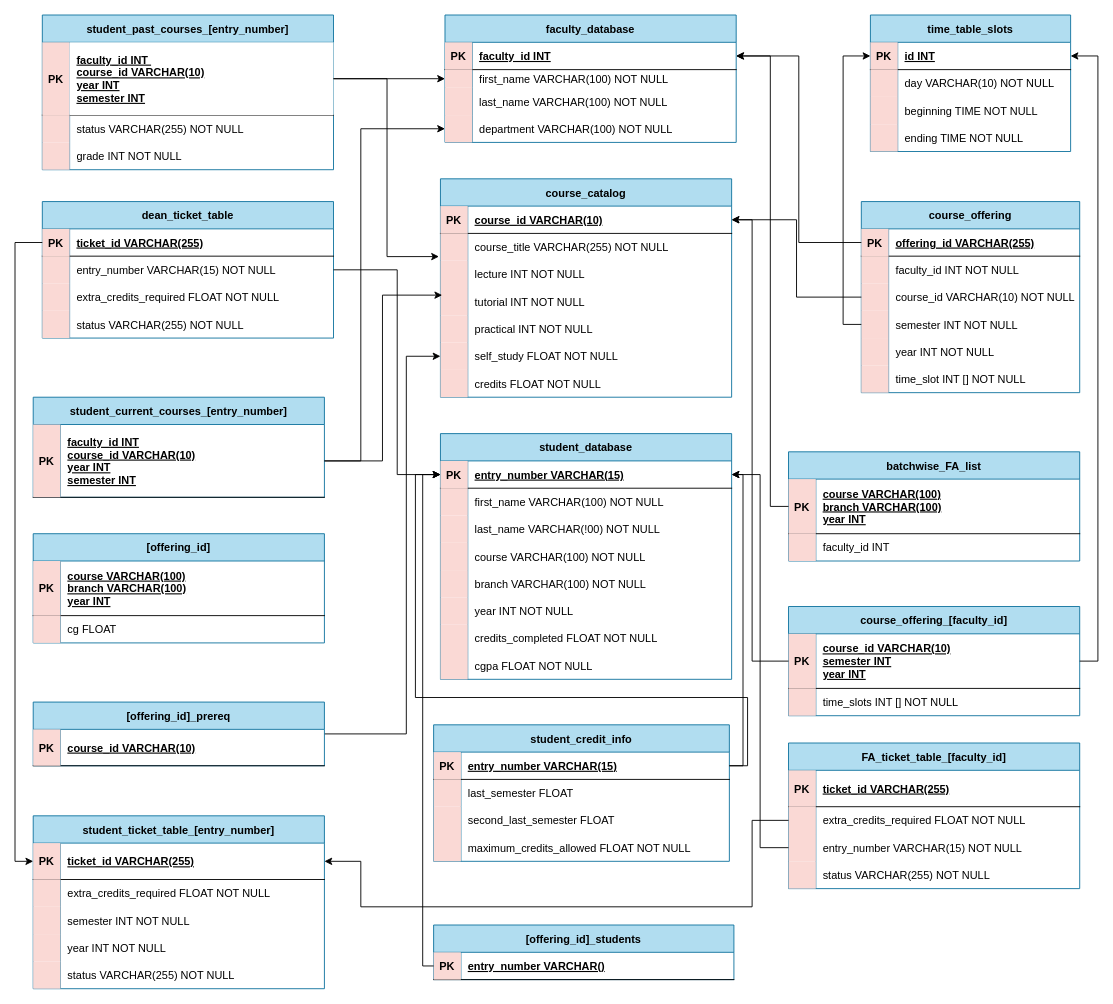
Above: Untitled Diagram.drawio in MohitKumar18/AIMS-Clone (draw.io), before the change. Source tidied: cells renumbered, new cells numbered last; positions are measured from the earlier drawing's top-left corner, leaving out a move shared by most shapes. Both pictures are drawn from the tidied source at 91%, with x=0, y=0 at pixel (33, 15).
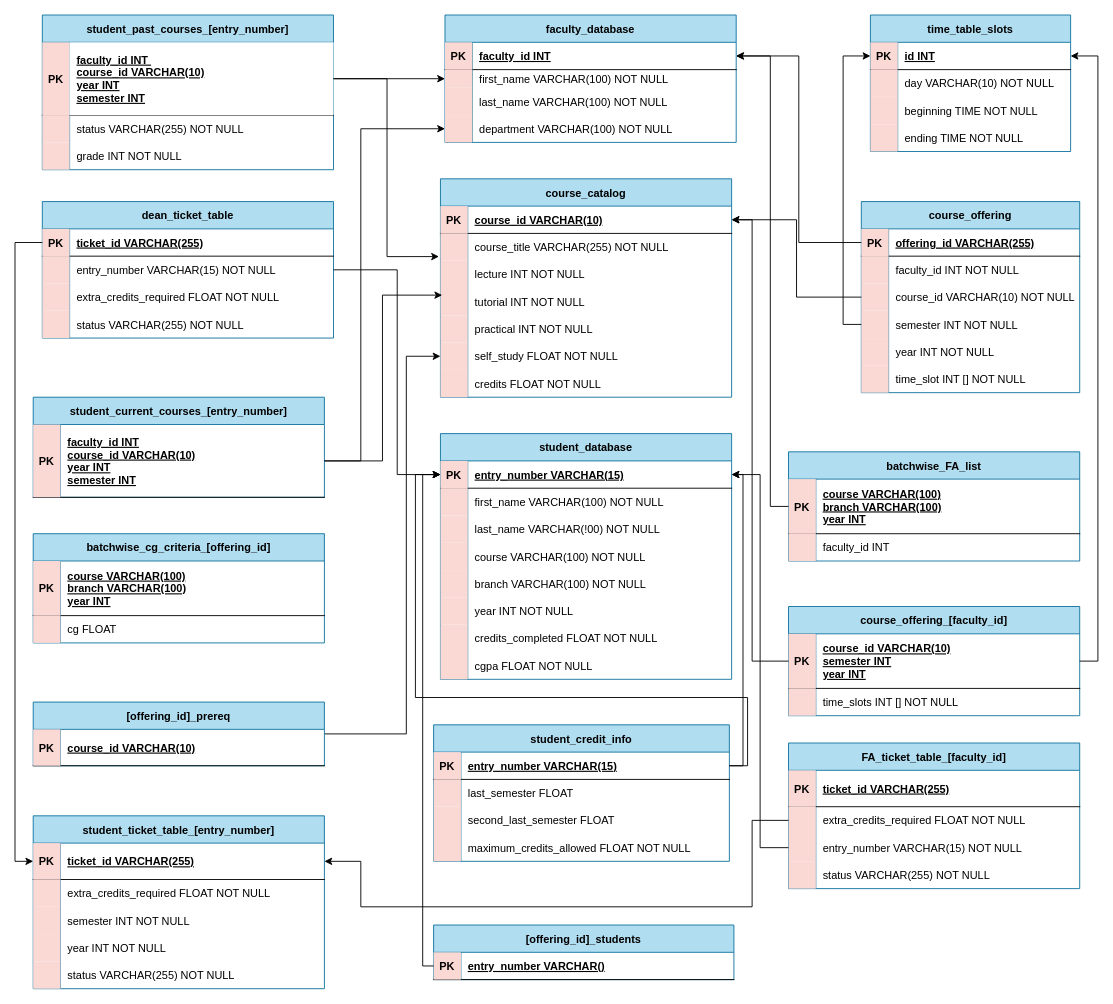
The same page after the edit.

Change to the diagram source:
```diff
@@
-    <mxCell id="139" value="[offering_id]" style="shape=table;startSize=30;childLayout=tableLayout;rowLines=0;fontStyle=1;align=center;fillColor=#b1ddf0;strokeColor=#10739e;" parent="1" vertex="1">
+    <mxCell id="139" value="batchwise_cg_criteria_[offering_id]" style="shape=table;startSize=30;childLayout=tableLayout;rowLines=0;fontStyle=1;align=center;fillColor=#b1ddf0;strokeColor=#10739e;" parent="1" vertex="1">
       <mxGeometry y="570" width="320" height="120" as="geometry" />
     </mxCell>
```
